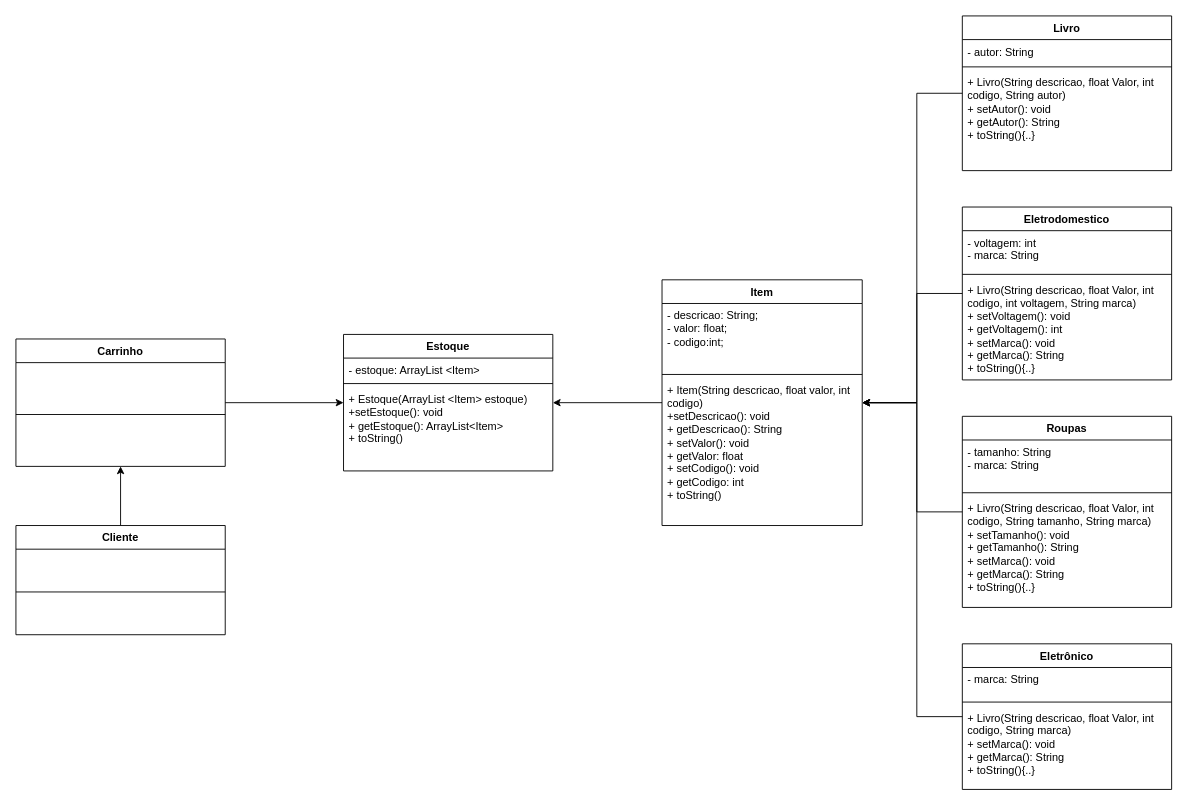
GustaSch/TrabalhoGrauB keeps this draw.io diagram as Diagrama de classe do projeto.drawio. Above is the earlier version. Source tidied: cells renumbered, new cells numbered last; positions are measured from the earlier drawing's top-left corner, leaving out a move shared by most shapes. Both pictures are drawn from the tidied source at 91%, with x=0, y=0 at pixel (15, 15).
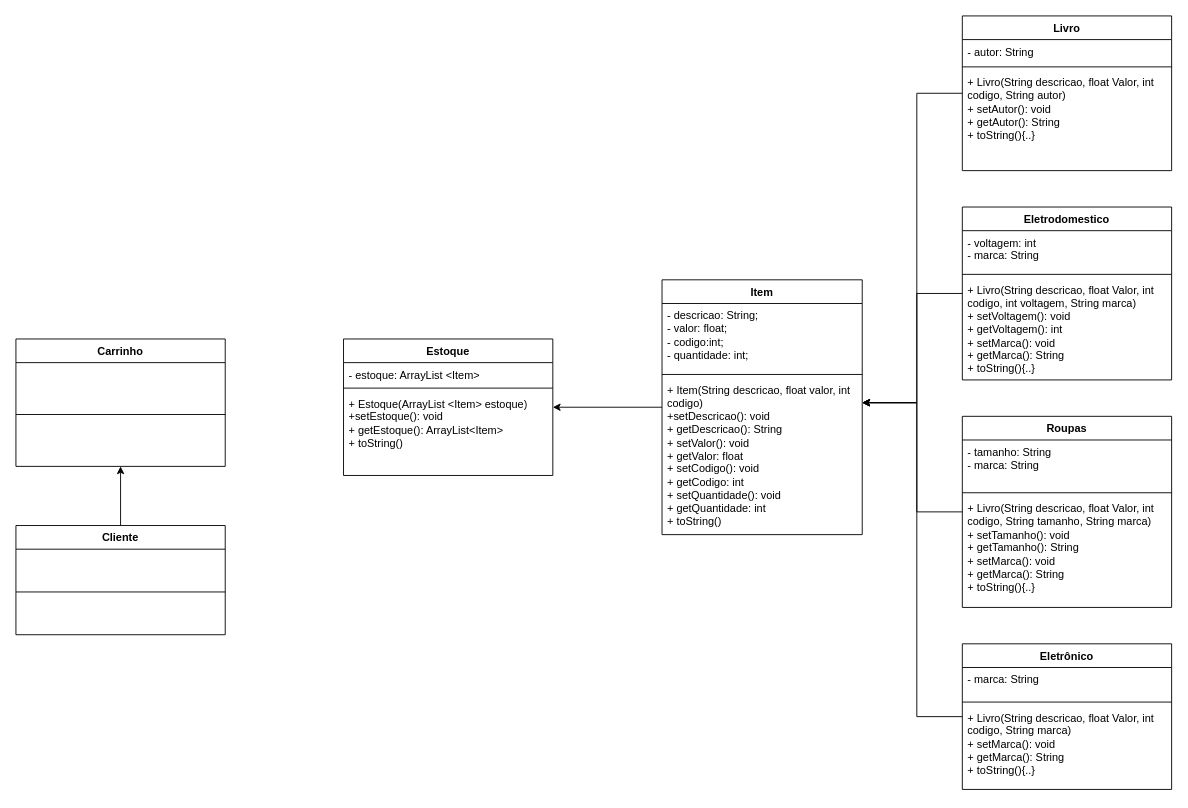
Above is the later version.

Commit message:
Adicionado o atributo quantidade no objeto Iemdrawio

The change refers to these unchanged cells:
```xml
<mxCell id="31" value="Carrinho" style="swimlane;fontStyle=1;align=center;verticalAlign=top;horizontal=1;startSize=26;whiteSpace=wrap;html=1;" parent="1" vertex="1">
  <mxGeometry y="355" width="230" height="140" as="geometry" />
</mxCell>
```

What changed in the source:
```diff
@@
     <mxCell id="8" value="Item" style="swimlane;fontStyle=1;align=center;verticalAlign=top;horizontal=1;startSize=26;whiteSpace=wrap;html=1;" parent="1" vertex="1">
-      <mxGeometry x="710" y="290" width="220" height="270" as="geometry" />
+      <mxGeometry x="710" y="290" width="220" height="280" as="geometry" />
     </mxCell>
-    <mxCell id="9" value="- descricao: String;&lt;br&gt;- valor: float;&lt;br&gt;- codigo:int;&lt;br&gt;" style="text;strokeColor=none;fillColor=none;align=left;verticalAlign=top;spacingLeft=4;spacingRight=4;overflow=hidden;whiteSpace=wrap;html=1;" parent="8" vertex="1">
+    <mxCell id="9" value="- descricao: String;&lt;br&gt;- valor: float;&lt;br&gt;- codigo:int;&lt;br&gt;- quantidade: int;" style="text;strokeColor=none;fillColor=none;align=left;verticalAlign=top;spacingLeft=4;spacingRight=4;overflow=hidden;whiteSpace=wrap;html=1;" parent="8" vertex="1">
       <mxGeometry y="26" width="220" height="74" as="geometry" />
     </mxCell>
@@
-    <mxCell id="11" value="+ Item(String descricao, float valor, int codigo)&lt;br&gt;+setDescricao(): void&lt;br&gt;+ getDescricao(): String&lt;br&gt;+ setValor(): void&lt;br&gt;+ getValor: float&lt;br&gt;+ setCodigo(): void&lt;br&gt;+ getCodigo: int&lt;br&gt;+ toString()" style="text;strokeColor=none;fillColor=none;align=left;verticalAlign=top;spacingLeft=4;spacingRight=4;overflow=hidden;whiteSpace=wrap;html=1;" parent="8" vertex="1">
-      <mxGeometry y="108" width="220" height="162" as="geometry" />
+    <mxCell id="11" value="+ Item(String descricao, float valor, int codigo)&lt;br&gt;+setDescricao(): void&lt;br&gt;+ getDescricao(): String&lt;br&gt;+ setValor(): void&lt;br&gt;+ getValor: float&lt;br&gt;+ setCodigo(): void&lt;br&gt;+ getCodigo: int&lt;br&gt;+ setQuantidade(): void&lt;br style=&quot;border-color: var(--border-color);&quot;&gt;+ getQuantidade: int&lt;br&gt;+ toString()" style="text;strokeColor=none;fillColor=none;align=left;verticalAlign=top;spacingLeft=4;spacingRight=4;overflow=hidden;whiteSpace=wrap;html=1;" parent="8" vertex="1">
+      <mxGeometry y="108" width="220" height="172" as="geometry" />
     </mxCell>
@@
-    <mxCell id="30" style="edgeStyle=orthogonalEdgeStyle;rounded=0;jettySize=auto;html=1;" parent="1" edge="1" source="31" target="33">
-      <mxGeometry relative="1" as="geometry" />
-    </mxCell>
@@
     <mxCell id="33" value="Estoque" style="swimlane;fontStyle=1;align=center;verticalAlign=top;horizontal=1;startSize=26;whiteSpace=wrap;html=1;" parent="1" vertex="1">
-      <mxGeometry x="360" y="350" width="230" height="150" as="geometry" />
+      <mxGeometry x="360" y="355" width="230" height="150" as="geometry" />
     </mxCell>
```
